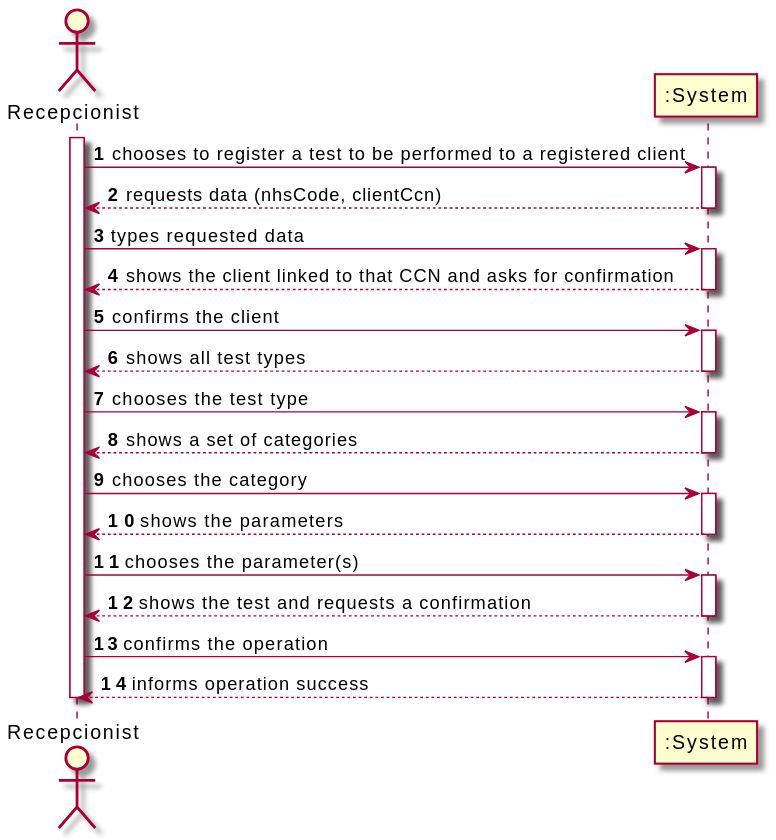
This is docs/SprintC/US_4/US4_SSD.svg from RuiRioPina/LAPR2-20-21, a PlantUML export, as it was before one commit.
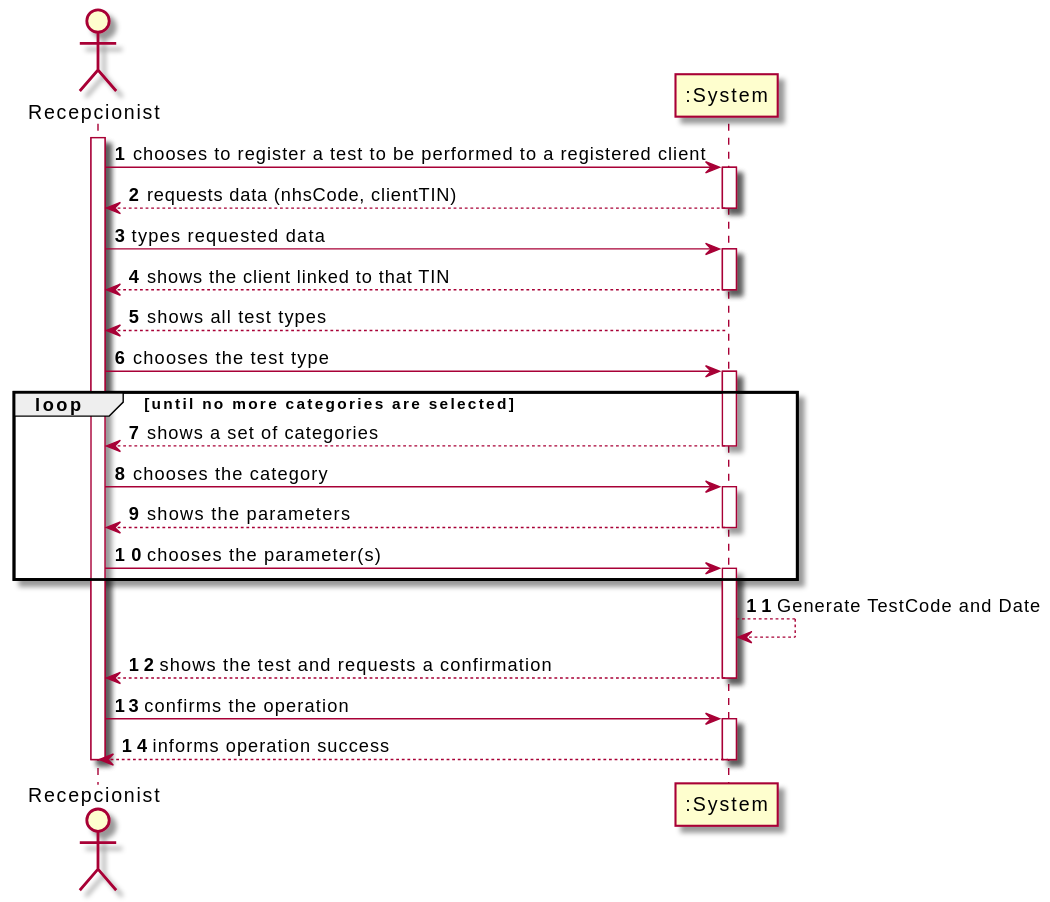
Later version of the same file.

Change to the diagram source:
```diff
@@ -5,34 +5,35 @@
 activate Rec
 Rec-> ":System" : chooses to register a test to be performed to a registered client
 activate ":System"
-":System" --> Rec : requests data (nhsCode, clientCcn)
+":System" --> Rec : requests data (nhsCode, clientTIN)
+
 deactivate ":System"
 
 Rec -> ":System" : types requested data
 activate ":System"
 
-":System" --> Rec : shows the client linked to that CCN and asks for confirmation
+":System" --> Rec : shows the client linked to that TIN
 deactivate ":System"
-
-Rec -> ":System" : confirms the client
-activate ":System"
 
 ":System" --> Rec : shows all test types
 deactivate ":System"
 
 Rec -> ":System" : chooses the test type
 activate ":System"
+loop until no more categories are selected
 ":System" --> Rec : shows a set of categories
 deactivate ":System"
 
 Rec -> ":System" : chooses the category
 activate ":System"
+
 ":System" --> Rec : shows the parameters
 deactivate ":System"
 
 Rec -> ":System" : chooses the parameter(s)
 activate ":System"
-
+end
+":System" --> ":System" : Generate TestCode and Date
 ":System" --> Rec : shows the test and requests a confirmation
 deactivate ":System"
 
```
